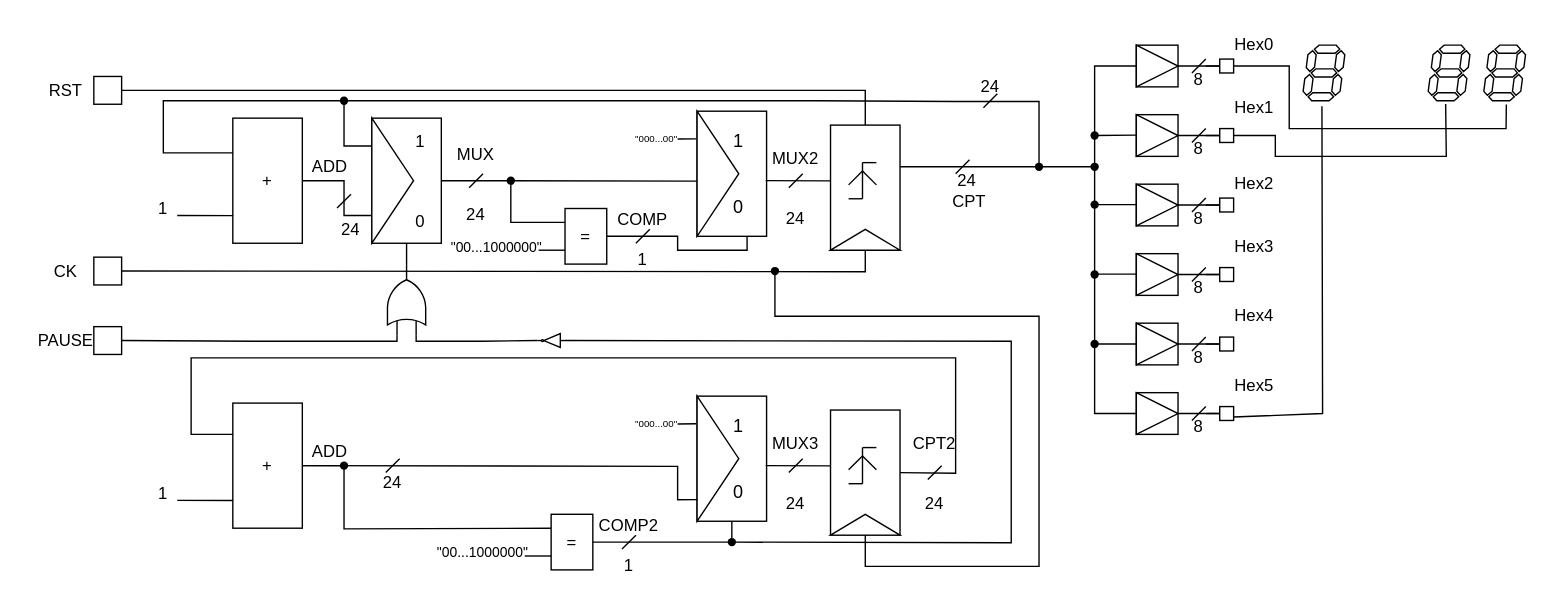
Before: CPT26CONF.drawio in negans-soyez/VHDL, a draw.io diagram. Source tidied: cells renumbered, new cells numbered last; positions are measured from the earlier drawing's top-left corner, leaving out a move shared by most shapes. Both pictures are drawn from the tidied source at 139%, with x=0, y=0 at pixel (24, 24).
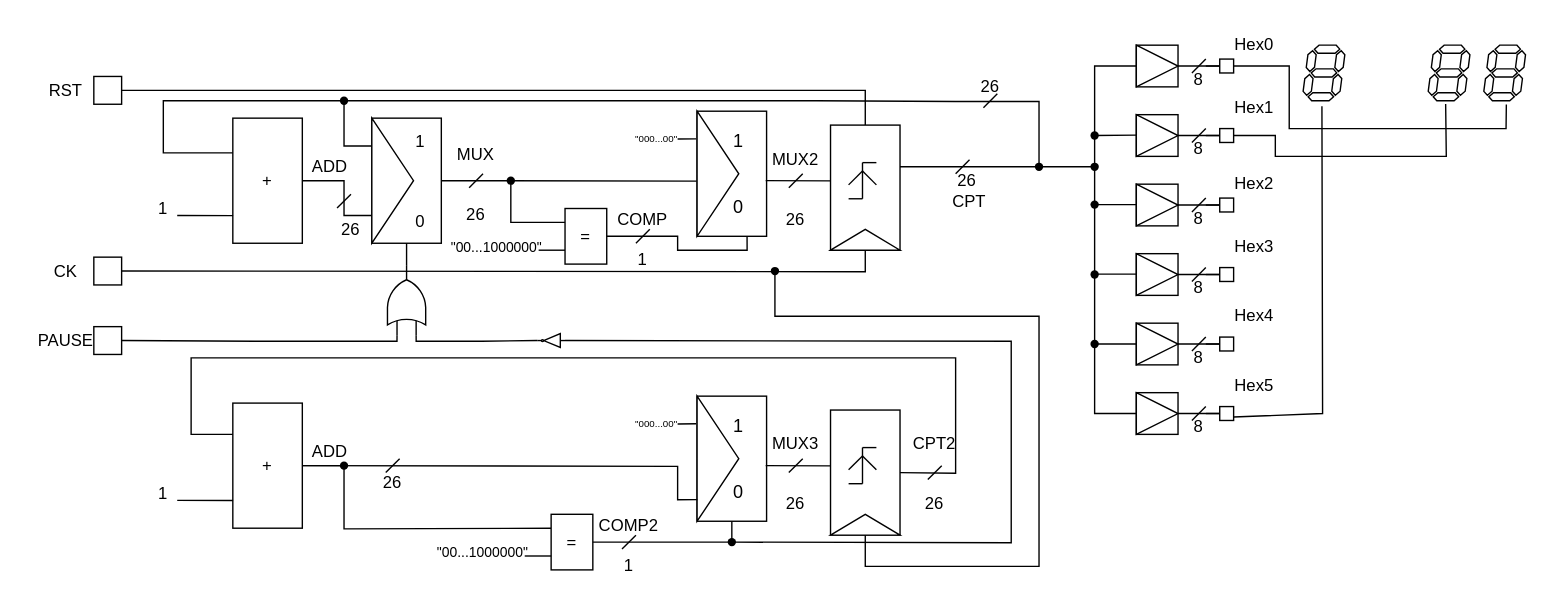
The same diagram, later.

Commit message (it also covers changes not shown here):
Mettre à jour CPT26CONF.drawio

Diff of the diagram source:
```diff
@@
-    <mxCell id="22" value="24&amp;nbsp;&lt;div&gt;CPT&lt;/div&gt;" style="text;html=1;align=center;verticalAlign=middle;whiteSpace=wrap;rounded=0;" parent="1" vertex="1">
+    <mxCell id="22" value="26&amp;nbsp;&lt;div&gt;CPT&lt;/div&gt;" style="text;html=1;align=center;verticalAlign=middle;whiteSpace=wrap;rounded=0;" parent="1" vertex="1">
       <mxGeometry x="650" y="105" width="60" height="30" as="geometry" />
     </mxCell>
@@
-    <mxCell id="96" value="24" style="text;html=1;align=center;verticalAlign=middle;whiteSpace=wrap;rounded=0;" parent="1" vertex="1">
+    <mxCell id="96" value="26" style="text;html=1;align=center;verticalAlign=middle;whiteSpace=wrap;rounded=0;" parent="1" vertex="1">
       <mxGeometry x="230" y="132.5" width="10" height="30" as="geometry" />
     </mxCell>
@@
-    <mxCell id="98" value="MUX&lt;div&gt;&lt;br&gt;&lt;/div&gt;&lt;div&gt;&lt;br&gt;&lt;/div&gt;&lt;div&gt;24&lt;/div&gt;" style="text;html=1;align=center;verticalAlign=middle;whiteSpace=wrap;rounded=0;" parent="1" vertex="1">
+    <mxCell id="98" value="MUX&lt;div&gt;&lt;br&gt;&lt;/div&gt;&lt;div&gt;&lt;br&gt;&lt;/div&gt;&lt;div&gt;26&lt;/div&gt;" style="text;html=1;align=center;verticalAlign=middle;whiteSpace=wrap;rounded=0;" parent="1" vertex="1">
       <mxGeometry x="320" y="105" width="10" height="20" as="geometry" />
     </mxCell>
@@
-    <mxCell id="102" value="24" style="text;html=1;align=center;verticalAlign=middle;whiteSpace=wrap;rounded=0;" parent="1" vertex="1">
+    <mxCell id="102" value="26" style="text;html=1;align=center;verticalAlign=middle;whiteSpace=wrap;rounded=0;" parent="1" vertex="1">
       <mxGeometry x="670" y="30" width="50" height="30" as="geometry" />
     </mxCell>
@@
-    <mxCell id="123" value="MUX2&lt;div&gt;&lt;br&gt;&lt;/div&gt;&lt;div&gt;&lt;br&gt;&lt;/div&gt;&lt;div&gt;24&lt;/div&gt;" style="text;html=1;align=center;verticalAlign=middle;whiteSpace=wrap;rounded=0;" parent="1" vertex="1">
-      <mxGeometry x="550" y="107.5" width="10" height="20" as="geometry" />
+    <mxCell id="123" value="MUX2&lt;div&gt;&lt;br&gt;&lt;/div&gt;&lt;div&gt;&lt;br&gt;&lt;/div&gt;&lt;div&gt;26&lt;/div&gt;" style="text;html=1;align=center;verticalAlign=middle;whiteSpace=wrap;rounded=0;" parent="1" vertex="1">
+      <mxGeometry x="550" y="107.5" width="10" height="22.5" as="geometry" />
     </mxCell>
@@
-    <mxCell id="138" value="24" style="text;html=1;align=center;verticalAlign=middle;whiteSpace=wrap;rounded=0;" parent="1" vertex="1">
+    <mxCell id="138" value="26" style="text;html=1;align=center;verticalAlign=middle;whiteSpace=wrap;rounded=0;" parent="1" vertex="1">
       <mxGeometry x="260" y="315" width="10" height="30" as="geometry" />
     </mxCell>
@@
-    <mxCell id="152" value="MUX3&lt;div&gt;&lt;br&gt;&lt;/div&gt;&lt;div&gt;&lt;br&gt;&lt;/div&gt;&lt;div&gt;24&lt;/div&gt;" style="text;html=1;align=center;verticalAlign=middle;whiteSpace=wrap;rounded=0;" parent="1" vertex="1">
+    <mxCell id="152" value="MUX3&lt;div&gt;&lt;br&gt;&lt;/div&gt;&lt;div&gt;&lt;br&gt;&lt;/div&gt;&lt;div&gt;26&lt;/div&gt;" style="text;html=1;align=center;verticalAlign=middle;whiteSpace=wrap;rounded=0;" parent="1" vertex="1">
       <mxGeometry x="550" y="312.5" width="10" height="20" as="geometry" />
     </mxCell>
@@
-    <mxCell id="158" value="CPT2&lt;br&gt;&lt;div&gt;&lt;br&gt;&lt;/div&gt;&lt;div&gt;&lt;br&gt;&lt;/div&gt;&lt;div&gt;24&lt;/div&gt;" style="text;html=1;align=center;verticalAlign=middle;whiteSpace=wrap;rounded=0;" parent="1" vertex="1">
+    <mxCell id="158" value="CPT2&lt;br&gt;&lt;div&gt;&lt;br&gt;&lt;/div&gt;&lt;div&gt;&lt;br&gt;&lt;/div&gt;&lt;div&gt;26&lt;/div&gt;" style="text;html=1;align=center;verticalAlign=middle;whiteSpace=wrap;rounded=0;" parent="1" vertex="1">
       <mxGeometry x="650" y="312.5" width="10" height="20" as="geometry" />
     </mxCell>
```
